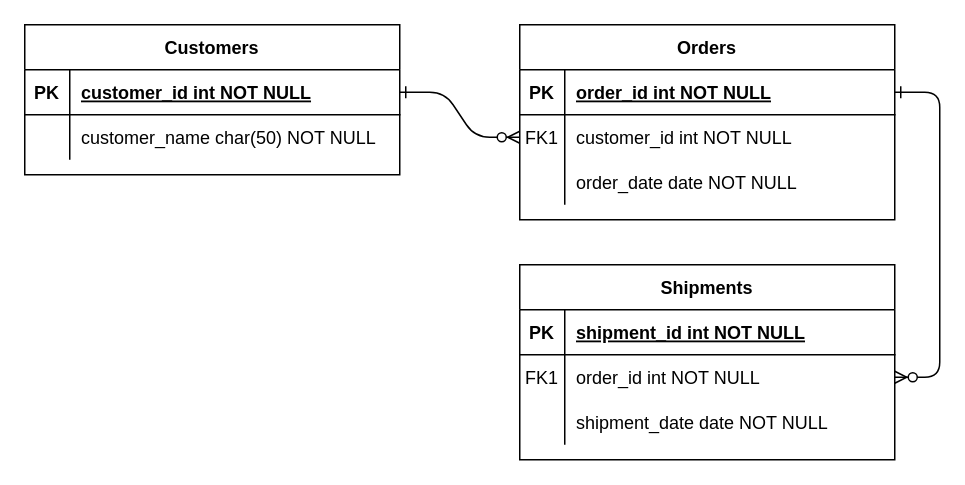
This is 数据表ER图.drawio from newTechToX/cross_chain, a draw.io file, before an edit. Source tidied: cells renumbered, new cells numbered last; positions are measured from the earlier drawing's top-left corner, leaving out a move shared by most shapes. Both pictures are drawn from the tidied source at 150%, with x=0, y=0 at pixel (24, 24).
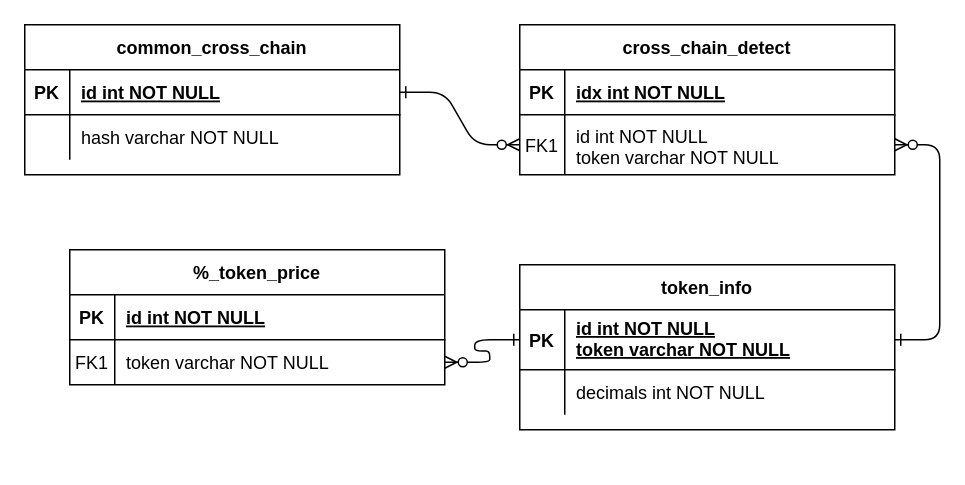
The same page after the edit.

Commit message:
更新数据表ER图.drawio

The change refers to these unchanged cells:
```xml
<mxCell id="5" style="shape=partialRectangle;fillColor=none;points=[[0,0.5],[1,0.5]];portConstraint=eastwest;top=0;left=0;right=0;bottom=1;" parent="4" vertex="1">
  <mxGeometry y="30" width="250" height="30" as="geometry" />
</mxCell>
<mxCell id="25" style="shape=partialRectangle;fillColor=none;points=[[0,0.5],[1,0.5]];portConstraint=eastwest;top=0;left=0;right=0;bottom=1;" parent="24" vertex="1">
  <mxGeometry y="30" width="250" height="30" as="geometry" />
</mxCell>
<mxCell id="28" style="shape=partialRectangle;fillColor=none;top=0;left=0;right=0;bottom=0;" parent="24" vertex="1">
  <mxGeometry y="60" width="250" height="30" as="geometry" />
</mxCell>
```

Change to the diagram source:
```diff
@@
-    <mxCell id="3" style="edgeStyle=entityRelationEdgeStyle;endArrow=ERzeroToMany;startArrow=ERone;endFill=1;startFill=0;" parent="1" edge="1" source="5" target="18">
-      <mxGeometry relative="1" as="geometry" />
-    </mxCell>
-    <mxCell id="4" value="Orders" style="shape=table;startSize=30;childLayout=tableLayout;rowLines=0;fontStyle=1;align=center;" parent="1" vertex="1">
-      <mxGeometry x="330" width="250" height="130" as="geometry" />
+    <mxCell id="4" value="cross_chain_detect" style="shape=table;startSize=30;childLayout=tableLayout;rowLines=0;fontStyle=1;align=center;" parent="1" vertex="1">
+      <mxGeometry x="330" width="250" height="100" as="geometry" />
     </mxCell>
@@
-    <mxCell id="7" value="order_id int NOT NULL " style="shape=partialRectangle;overflow=hidden;fillColor=none;top=0;left=0;bottom=0;right=0;align=left;spacingLeft=6;fontStyle=5;" parent="5" vertex="1">
+    <mxCell id="7" value="idx int NOT NULL " style="shape=partialRectangle;overflow=hidden;fillColor=none;top=0;left=0;bottom=0;right=0;align=left;spacingLeft=6;fontStyle=5;" parent="5" vertex="1">
       <mxGeometry x="30" width="220" height="30" as="geometry" />
     </mxCell>
     <mxCell id="8" style="shape=partialRectangle;fillColor=none;points=[[0,0.5],[1,0.5]];portConstraint=eastwest;top=0;left=0;right=0;bottom=0;" parent="4" vertex="1">
-      <mxGeometry y="60" width="250" height="30" as="geometry" />
+      <mxGeometry y="60" width="250" height="40" as="geometry" />
     </mxCell>
     <mxCell id="9" value="FK1" style="shape=partialRectangle;overflow=hidden;fillColor=none;top=0;left=0;bottom=0;right=0;" parent="8" vertex="1">
-      <mxGeometry width="30" height="30" as="geometry" />
+      <mxGeometry width="30" height="40" as="geometry" />
     </mxCell>
-    <mxCell id="10" value="customer_id int NOT NULL" style="shape=partialRectangle;overflow=hidden;fillColor=none;top=0;left=0;bottom=0;right=0;align=left;spacingLeft=6;" parent="8" vertex="1">
-      <mxGeometry x="30" width="220" height="30" as="geometry" />
+    <mxCell id="10" value="id int NOT NULL&#10;token varchar NOT NULL" style="shape=partialRectangle;overflow=hidden;fillColor=none;top=0;left=0;bottom=0;right=0;align=left;spacingLeft=6;verticalAlign=top;spacingTop=1;strokeWidth=5;" parent="8" vertex="1">
+      <mxGeometry x="30" width="220" height="40" as="geometry" />
     </mxCell>
-    <mxCell id="11" style="shape=partialRectangle;fillColor=none;top=0;left=0;right=0;bottom=0;" parent="4" vertex="1">
-      <mxGeometry y="90" width="250" height="30" as="geometry" />
-    </mxCell>
-    <mxCell id="12" style="shape=partialRectangle;overflow=hidden;fillColor=none;top=0;left=0;bottom=0;right=0;" parent="11" vertex="1">
-      <mxGeometry width="30" height="30" as="geometry" />
-    </mxCell>
-    <mxCell id="13" value="order_date date NOT NULL" style="shape=partialRectangle;overflow=hidden;fillColor=none;top=0;left=0;bottom=0;right=0;align=left;spacingLeft=6;" parent="11" vertex="1">
-      <mxGeometry x="30" width="220" height="30" as="geometry" />
-    </mxCell>
-    <mxCell id="14" value="Shipments" style="shape=table;startSize=30;childLayout=tableLayout;rowLines=0;fontStyle=1;align=center;" parent="1" vertex="1">
-      <mxGeometry x="330" y="160" width="250" height="130" as="geometry" />
+    <mxCell id="14" value="token_info" style="shape=table;startSize=30;childLayout=tableLayout;rowLines=0;fontStyle=1;align=center;" parent="1" vertex="1">
+      <mxGeometry x="330" y="160" width="250" height="110" as="geometry" />
     </mxCell>
     <mxCell id="15" style="shape=partialRectangle;fillColor=none;points=[[0,0.5],[1,0.5]];portConstraint=eastwest;top=0;left=0;right=0;bottom=1;" parent="14" vertex="1">
-      <mxGeometry y="30" width="250" height="30" as="geometry" />
+      <mxGeometry y="30" width="250" height="40" as="geometry" />
     </mxCell>
     <mxCell id="16" value="PK" style="shape=partialRectangle;overflow=hidden;fillColor=none;top=0;left=0;bottom=0;right=0;fontStyle=1;" parent="15" vertex="1">
-      <mxGeometry width="30" height="30" as="geometry" />
+      <mxGeometry width="30" height="40" as="geometry" />
     </mxCell>
-    <mxCell id="17" value="shipment_id int NOT NULL " style="shape=partialRectangle;overflow=hidden;fillColor=none;top=0;left=0;bottom=0;right=0;align=left;spacingLeft=6;fontStyle=5;" parent="15" vertex="1">
-      <mxGeometry x="30" width="220" height="30" as="geometry" />
+    <mxCell id="17" value="id int NOT NULL &#10;token varchar NOT NULL" style="shape=partialRectangle;overflow=hidden;fillColor=none;top=0;left=0;bottom=0;right=0;align=left;spacingLeft=6;fontStyle=5;spacingBottom=2;" parent="15" vertex="1">
+      <mxGeometry x="30" width="220" height="40" as="geometry" />
     </mxCell>
     <mxCell id="18" style="shape=partialRectangle;fillColor=none;points=[[0,0.5],[1,0.5]];portConstraint=eastwest;top=0;left=0;right=0;bottom=0;" parent="14" vertex="1">
-      <mxGeometry y="60" width="250" height="30" as="geometry" />
+      <mxGeometry y="70" width="250" height="30" as="geometry" />
     </mxCell>
-    <mxCell id="19" value="FK1" style="shape=partialRectangle;overflow=hidden;fillColor=none;top=0;left=0;bottom=0;right=0;" parent="18" vertex="1">
+    <mxCell id="19" style="shape=partialRectangle;overflow=hidden;fillColor=none;top=0;left=0;bottom=0;right=0;" parent="18" vertex="1">
       <mxGeometry width="30" height="30" as="geometry" />
     </mxCell>
-    <mxCell id="20" value="order_id int NOT NULL" style="shape=partialRectangle;overflow=hidden;fillColor=none;top=0;left=0;bottom=0;right=0;align=left;spacingLeft=6;" parent="18" vertex="1">
+    <mxCell id="20" style="shape=partialRectangle;overflow=hidden;fillColor=none;top=0;left=0;bottom=0;right=0;align=left;spacingLeft=6;" parent="18" vertex="1">
       <mxGeometry x="30" width="220" height="30" as="geometry" />
     </mxCell>
-    <mxCell id="21" style="shape=partialRectangle;fillColor=none;top=0;left=0;right=0;bottom=0;" parent="14" vertex="1">
-      <mxGeometry y="90" width="250" height="30" as="geometry" />
-    </mxCell>
-    <mxCell id="22" style="shape=partialRectangle;overflow=hidden;fillColor=none;top=0;left=0;bottom=0;right=0;" parent="21" vertex="1">
-      <mxGeometry width="30" height="30" as="geometry" />
-    </mxCell>
-    <mxCell id="23" value="shipment_date date NOT NULL" style="shape=partialRectangle;overflow=hidden;fillColor=none;top=0;left=0;bottom=0;right=0;align=left;spacingLeft=6;" parent="21" vertex="1">
-      <mxGeometry x="30" width="220" height="30" as="geometry" />
-    </mxCell>
-    <mxCell id="24" value="Customers" style="shape=table;startSize=30;childLayout=tableLayout;rowLines=0;fontStyle=1;align=center;" parent="1" vertex="1">
+    <mxCell id="24" value="common_cross_chain" style="shape=table;startSize=30;childLayout=tableLayout;rowLines=0;fontStyle=1;align=center;" parent="1" vertex="1">
       <mxGeometry width="250" height="100" as="geometry" />
     </mxCell>
@@
-    <mxCell id="27" value="customer_id int NOT NULL " style="shape=partialRectangle;overflow=hidden;fillColor=none;top=0;left=0;bottom=0;right=0;align=left;spacingLeft=6;fontStyle=5;" parent="25" vertex="1">
+    <mxCell id="27" value="id int NOT NULL " style="shape=partialRectangle;overflow=hidden;fillColor=none;top=0;left=0;bottom=0;right=0;align=left;spacingLeft=6;fontStyle=5;" parent="25" vertex="1">
       <mxGeometry x="30" width="220" height="30" as="geometry" />
     </mxCell>
@@
-    <mxCell id="30" value="customer_name char(50) NOT NULL" style="shape=partialRectangle;overflow=hidden;fillColor=none;top=0;left=0;bottom=0;right=0;align=left;spacingLeft=6;" parent="28" vertex="1">
+    <mxCell id="30" value="hash varchar NOT NULL" style="shape=partialRectangle;overflow=hidden;fillColor=none;top=0;left=0;bottom=0;right=0;align=left;spacingLeft=6;" parent="28" vertex="1">
       <mxGeometry x="30" width="220" height="30" as="geometry" />
     </mxCell>
+    <mxCell id="31" value="%_token_price" style="shape=table;startSize=30;childLayout=tableLayout;rowLines=0;fontStyle=1;align=center;" parent="1" vertex="1">
+      <mxGeometry x="30" y="150" width="250" height="90" as="geometry" />
+    </mxCell>
+    <mxCell id="32" style="shape=partialRectangle;fillColor=none;top=0;left=0;right=0;bottom=1;" parent="31" vertex="1">
+      <mxGeometry y="30" width="250" height="30" as="geometry" />
+    </mxCell>
+    <mxCell id="33" value="PK" style="shape=partialRectangle;overflow=hidden;fillColor=none;top=0;left=0;bottom=0;right=0;fontStyle=1;" parent="32" vertex="1">
+      <mxGeometry width="30" height="30" as="geometry" />
+    </mxCell>
+    <mxCell id="34" value="id int NOT NULL" style="shape=partialRectangle;overflow=hidden;fillColor=none;top=0;left=0;bottom=0;right=0;align=left;spacingLeft=6;fontStyle=5;" parent="32" vertex="1">
+      <mxGeometry x="30" width="220" height="30" as="geometry" />
+    </mxCell>
+    <mxCell id="35" style="shape=partialRectangle;fillColor=none;points=[[0,0.5],[1,0.5]];portConstraint=eastwest;top=0;left=0;right=0;bottom=0;" parent="31" vertex="1">
+      <mxGeometry y="60" width="250" height="30" as="geometry" />
+    </mxCell>
+    <mxCell id="36" value="FK1" style="shape=partialRectangle;overflow=hidden;fillColor=none;top=0;left=0;bottom=0;right=0;" parent="35" vertex="1">
+      <mxGeometry width="30" height="30" as="geometry" />
+    </mxCell>
+    <mxCell id="37" value="token varchar NOT NULL" style="shape=partialRectangle;overflow=hidden;fillColor=none;top=0;left=0;bottom=0;right=0;align=left;spacingLeft=6;" parent="35" vertex="1">
+      <mxGeometry x="30" width="220" height="30" as="geometry" />
+    </mxCell>
+    <mxCell id="38" style="edgeStyle=entityRelationEdgeStyle;endArrow=ERzeroToMany;startArrow=ERone;endFill=1;startFill=0;entryX=1;entryY=0.5;entryDx=0;entryDy=0;exitX=0;exitY=0.5;exitDx=0;exitDy=0;" parent="1" edge="1" source="15" target="35">
+      <mxGeometry relative="1" as="geometry" />
+    </mxCell>
+    <mxCell id="39" value="decimals int NOT NULL" style="shape=partialRectangle;overflow=hidden;fillColor=none;top=0;left=0;bottom=0;right=0;align=left;spacingLeft=6;" parent="1" vertex="1">
+      <mxGeometry x="360" y="230" width="220" height="30" as="geometry" />
+    </mxCell>
+    <mxCell id="40" style="edgeStyle=entityRelationEdgeStyle;endArrow=ERzeroToMany;startArrow=ERone;endFill=1;startFill=0;exitX=1;exitY=0.5;exitDx=0;exitDy=0;entryX=1;entryY=0.5;entryDx=0;entryDy=0;" parent="1" edge="1" source="15" target="8">
+      <mxGeometry relative="1" as="geometry" />
+    </mxCell>
```
